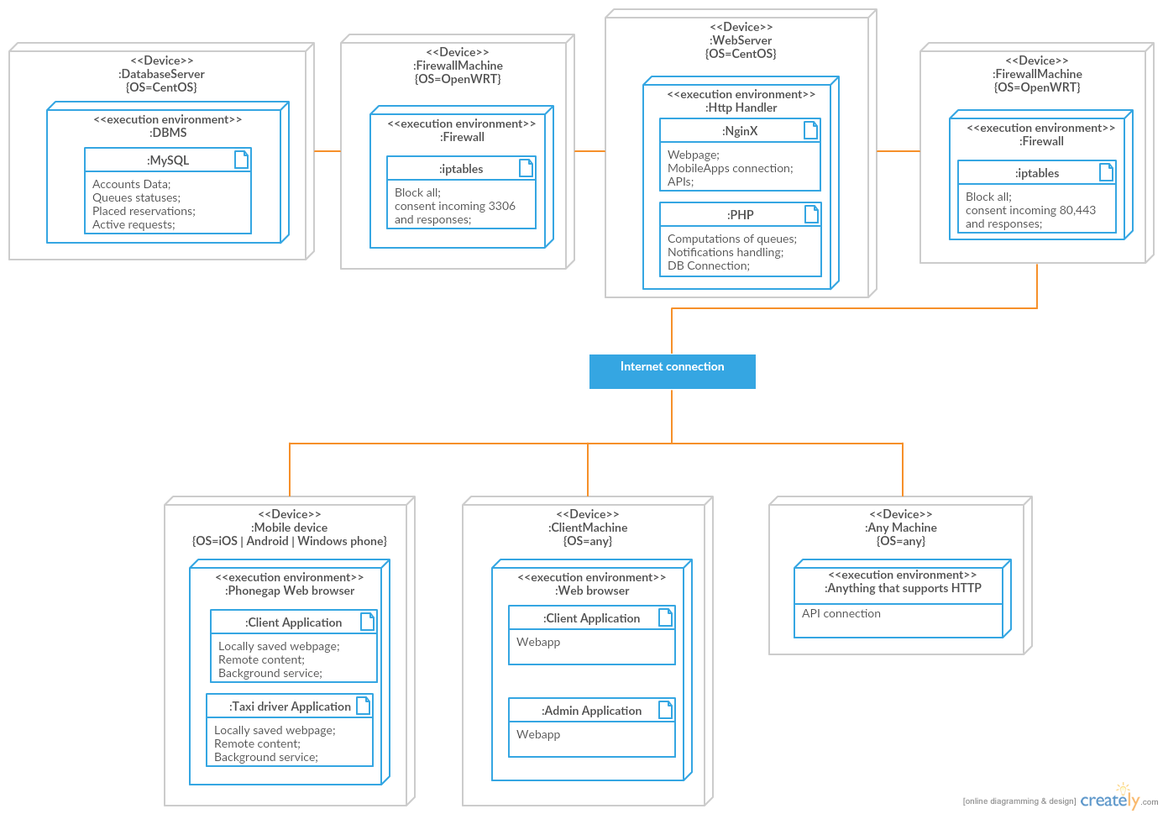
RobClap/SE2_Stella_Clapis_Project keeps this Graphviz diagram as DesignDocument/images/Deployment.png. Above is the earlier version. Its source is kept beside it as DesignDocument/graphviz/Deployment.dot.
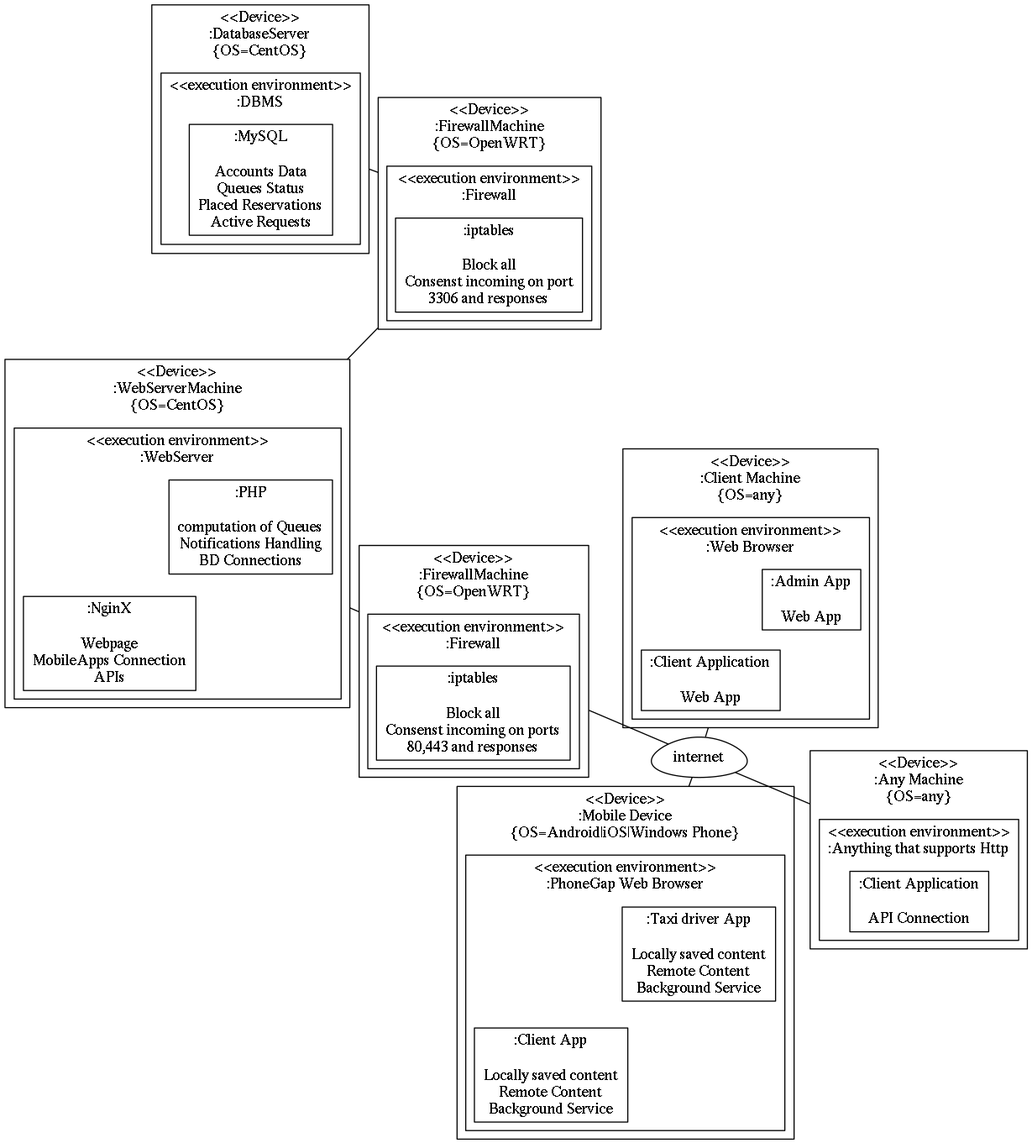
Later version of the same file.

The edit, as a diff of the source:
```diff
@@ -1,50 +1,73 @@
 graph Deploy{
 	concentrate=true
 	node[shape=rect]
-	subgraph clusterDatabaseDevice{
-		label="<<Device>>\n:DatabaseServer\n{OS=CentOS}"
-		subgraph clusterDBMS{
-			label="<<execution environment>>\n:DBMS"
-			MySQL[label=":MySQL\n\nAccounts Data\nQueues Status\nPlaced Reservations\nActive Requests"]
-		}
+	subgraph InternalNetwork{
+		label="Internal Network"
+			subgraph clusterDatabaseDevice{
+				label="<<Device>>\n:DatabaseServer\n{OS=CentOS}"
+					subgraph clusterDBMS{
+						label="<<execution environment>>\n:DBMS"
+							MySQL[label=":MySQL\n\nAccounts Data\nQueues Status\nPlaced Reservations\nActive Requests"]
+					}
+			}
 	}
-	subgraph clusterInternalFirewallDevice{
-		label="<<Device>>\n:FirewallMachine\n{OS=OpenWRT}"
-		subgraph clusterInternalFirewall{
-			label="<<execution environment>>\n:Firewall"
-			internalIptables[label=":iptables\n\nBlock all\nConsenst incoming on port\n3306 and responses"]
-		}
+	subgraph DMZ{
+		label="DMZ"
+			subgraph clusterInternalFirewallDevice{
+				label="<<Device>>\n:FirewallMachine\n{OS=OpenWRT}"
+					subgraph clusterInternalFirewall{
+						label="<<execution environment>>\n:Firewall"
+							internalIptables[label=":iptables\n\nBlock all\nConsenst incoming on port\n3306 and responses"]
+					}
+			}
 	}
 	subgraph clusterWebServerDevice{
 		label="<<Device>>\n:WebServerMachine\n{OS=CentOS}"
-		subgraph clusterWebServer{
-			label="<<execution environment>>\n:WebServer"
-			nginx[label=":NginX\n\nWebpage\nMobileApps Connection\nAPIs"]
-			php[label=":PHP\n\ncomputation of Queues\nNotifications Handling\nBD Connections"]
-		}
+			subgraph clusterWebServer{
+				label="<<execution environment>>\n:WebServer"
+					nginx[label=":NginX\n\nWebpage\nMobileApps Connection\nAPIs"]
+					php[label=":PHP\n\ncomputation of Queues\nNotifications Handling\nBD Connections"]
+			}
 	}
 	subgraph clusterExternalFirewallDevice{
 		label="<<Device>>\n:FirewallMachine\n{OS=OpenWRT}"
-		subgraph clusterExternalFirewall{
-			label="<<execution environment>>\n:Firewall"
-			externalIptables[label=":iptables\n\nBlock all\nConsenst incoming on ports\n80,443 and responses"]
-		}
+			subgraph clusterExternalFirewall{
+				label="<<execution environment>>\n:Firewall"
+					externalIptables[label=":iptables\n\nBlock all\nConsenst incoming on ports\n80,443 and responses"]
+			}
 	}
 	internet[shape=egg]
 	subgraph clusterMobileDevice{
 		label="<<Device>>\n:Mobile Device\n{OS=Android|iOS|Windows Phone}"
-		subgraph clusterMobile{
-			label="<<execution environment>>\n:PhoneGap Web Browser"
-			clientApp[label=":Client App\n\nLocally saved content\nRemote Content\nBackground Service"]
-			driverApp[label=":Taxi driver App\n\nLocally saved content\nRemote Content\nBackground Service"]
-		}
+			subgraph clusterMobile{
+				label="<<execution environment>>\n:PhoneGap Web Browser"
+					clientApp[label=":Client App\n\nLocally saved content\nRemote Content\nBackground Service"]
+					driverApp[label=":Taxi driver App\n\nLocally saved content\nRemote Content\nBackground Service"]
+			}
+	}
+	subgraph clusterClientDevice{
+		label="<<Device>>\n:Client Machine\n{OS=any}"
+			subgraph clusterBrowser{
+				label="<<execution environment>>\n:Web Browser"
+					clientWebApp[label=":Client Application\n\nWeb App"]
+					adminApp[label=":Admin App\n\nWeb App"]
+			}
+	}
+	subgraph clusterAPIDevice{
+		label="<<Device>>\n:Any Machine\n{OS=any}"
+			subgraph clusterAPI{
+				label="<<execution environment>>\n:Anything that supports Http"
+					APIClient[label=":Client Application\n\nAPI Connection"]
+			}
 	}
 	clusterDatabaseDevice -- clusterInternalFirewallDevice
-	clusterInternalFirewallDevice -- clusterWebServerDevice
-	clusterWebServerDevice--clusterExternalFirewallDevice
-	clusterExternalFirewallDevice--internet
-	clusterMobileDevice--internet
+		clusterInternalFirewallDevice -- clusterWebServerDevice
+		clusterWebServerDevice--clusterExternalFirewallDevice
+		clusterExternalFirewallDevice--internet
+		clusterMobileDevice--internet
+		clusterClientDevice--internet
+		clusterAPIDevice--internet
 }
 /*
-nginx[label=<<B>:NginX</B><BR/><BR/>Webpage<BR/>MobileApps Connection<BR/>APIs>]
-*/
+   nginx[label=<<B>:NginX</B><BR/><BR/>Webpage<BR/>MobileApps Connection<BR/>APIs>]
+ */
```
